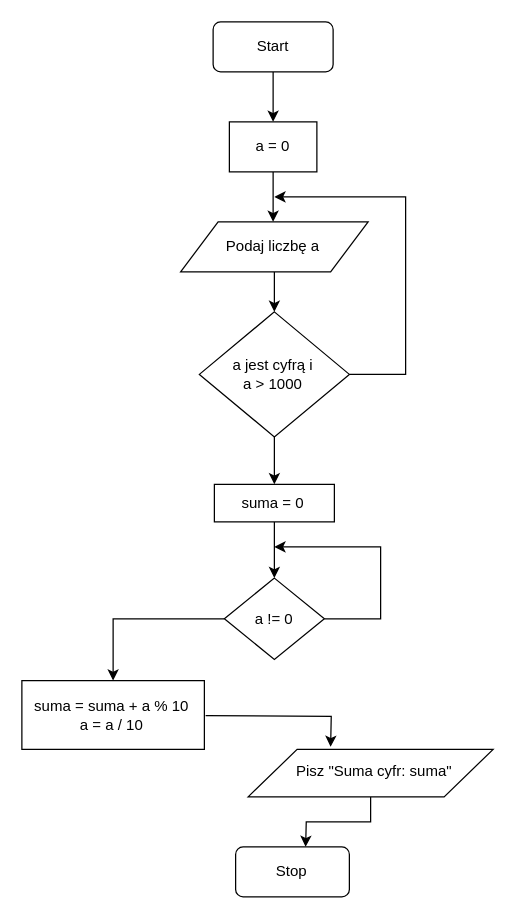
Earlier version of the draw.io diagram C++/Lab03/3.5.drawio (Ark223/Uni-Programming). Source tidied: cells renumbered, new cells numbered last; positions are measured from the earlier drawing's top-left corner, leaving out a move shared by most shapes. Both pictures are drawn from the tidied source at 125%, with x=0, y=0 at pixel (21, 21).
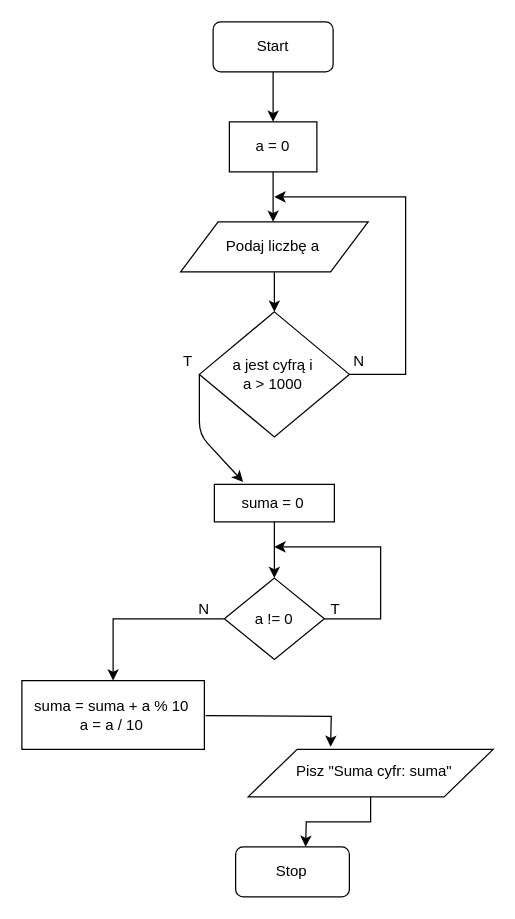
The same diagram, later.

The change refers to these unchanged cells:
```xml
<mxCell id="11" style="rhombus;whiteSpace=wrap;html=1;" parent="1" vertex="1">
  <mxGeometry x="142" y="232" width="120" height="100" as="geometry" />
</mxCell>
```

The edit, as a diff of the source:
```diff
@@
-    <mxCell id="14" style="endArrow=classic;html=1;exitX=0.5;exitY=1;exitDx=0;exitDy=0;" parent="1" edge="1" source="11">
+    <mxCell id="14" style="endArrow=classic;html=1;exitX=0;exitY=0.5;exitDx=0;exitDy=0;" parent="1" edge="1" source="11">
       <mxGeometry relative="1" as="geometry">
-        <mxPoint x="202" y="370" as="targetPoint" />
+        <mxPoint x="177" y="368" as="targetPoint" />
+        <Array as="points">
+          <mxPoint x="142" y="330" />
+        </Array>
       </mxGeometry>
     </mxCell>
@@
+    <mxCell id="30" value="N" style="text;html=1;strokeColor=none;fillColor=none;align=center;verticalAlign=middle;whiteSpace=wrap;rounded=0;" parent="1" vertex="1">
+      <mxGeometry x="250" y="262" width="40" height="20" as="geometry" />
+    </mxCell>
+    <mxCell id="31" value="T" style="text;html=1;strokeColor=none;fillColor=none;align=center;verticalAlign=middle;whiteSpace=wrap;rounded=0;" parent="1" vertex="1">
+      <mxGeometry x="113" y="262" width="40" height="20" as="geometry" />
+    </mxCell>
+    <mxCell id="32" value="N" style="text;html=1;strokeColor=none;fillColor=none;align=center;verticalAlign=middle;whiteSpace=wrap;rounded=0;" parent="1" vertex="1">
+      <mxGeometry x="126" y="460" width="40" height="20" as="geometry" />
+    </mxCell>
+    <mxCell id="33" value="T" style="text;html=1;strokeColor=none;fillColor=none;align=center;verticalAlign=middle;whiteSpace=wrap;rounded=0;" parent="1" vertex="1">
+      <mxGeometry x="231" y="460" width="40" height="20" as="geometry" />
+    </mxCell>
```
